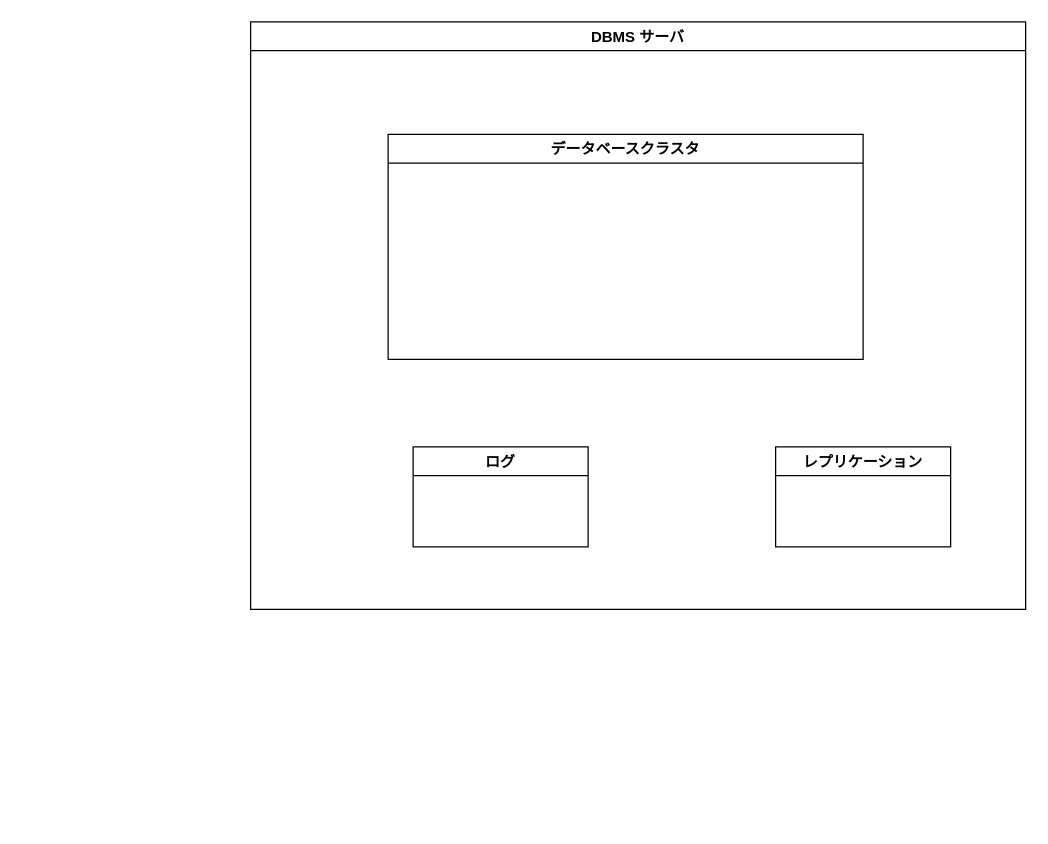
peregrin8alde/learn-ossdb-gold keeps this draw.io diagram as doc/images/function-list/server/abst.drawio. Above is the earlier version. Source tidied: cells renumbered, new cells numbered last; positions are measured from the earlier drawing's top-left corner, leaving out a move shared by most shapes. Both pictures are drawn from the tidied source at 125%, with x=0, y=0 at pixel (250, 21).
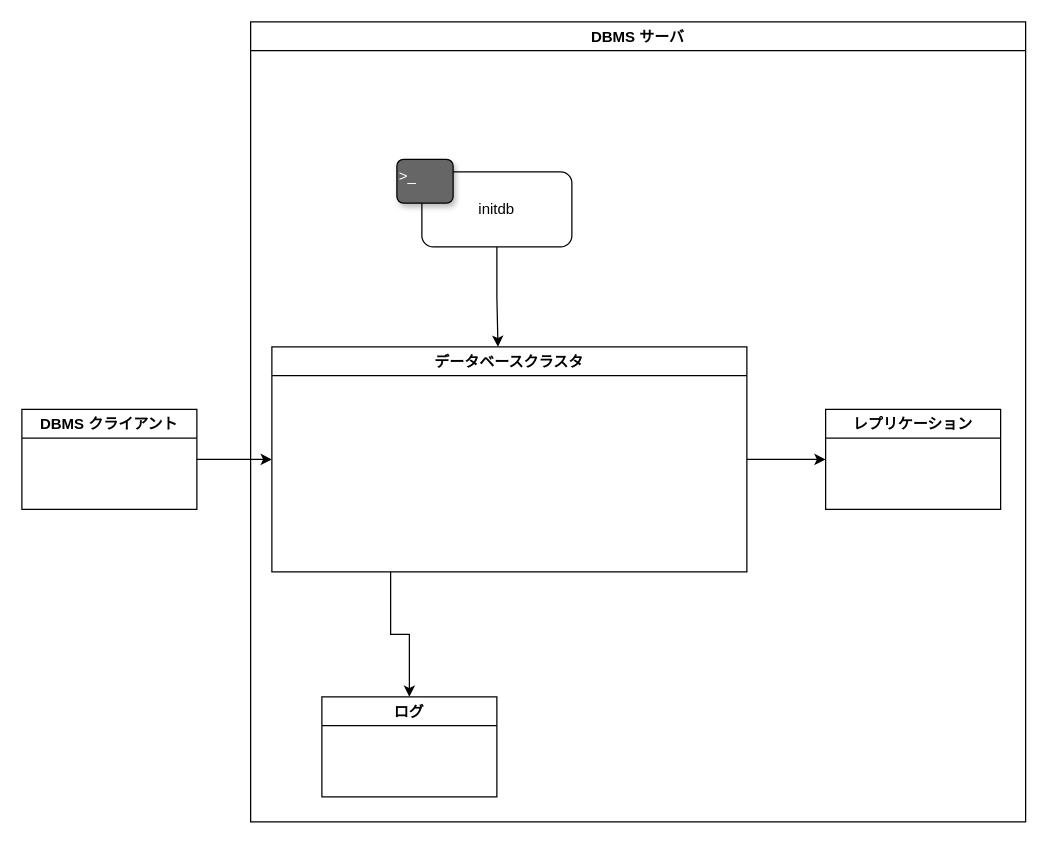
After the change.

Change to the diagram source:
```diff
@@
 <mxGraphModel>
   <root>
     <mxCell id="0" />
     <mxCell id="1" parent="0" />
     <mxCell id="2" value="DBMS サーバ" style="swimlane;align=center;" parent="1" vertex="1">
-      <mxGeometry width="620" height="470" as="geometry" />
+      <mxGeometry width="620" height="640" as="geometry" />
     </mxCell>
+    <mxCell id="6" style="edgeStyle=orthogonalEdgeStyle;rounded=0;jettySize=auto;html=1;exitX=0.25;exitY=1;exitDx=0;exitDy=0;entryX=0.5;entryY=0;entryDx=0;entryDy=0;" parent="2" edge="1" source="3" target="5">
+      <mxGeometry relative="1" as="geometry" />
+    </mxCell>
+    <mxCell id="7" style="edgeStyle=orthogonalEdgeStyle;rounded=0;jettySize=auto;html=1;exitX=1;exitY=0.5;exitDx=0;exitDy=0;entryX=0;entryY=0.5;entryDx=0;entryDy=0;" parent="2" edge="1" source="3" target="4">
+      <mxGeometry relative="1" as="geometry" />
+    </mxCell>
     <mxCell id="3" value="データベースクラスタ" style="swimlane;align=center;" parent="2" vertex="1">
-      <mxGeometry x="110" y="90" width="380" height="180" as="geometry" />
+      <mxGeometry x="17" y="260" width="380" height="180" as="geometry" />
     </mxCell>
     <mxCell id="4" value="レプリケーション" style="swimlane;align=center;" parent="2" vertex="1">
-      <mxGeometry x="420" y="340" width="140" height="80" as="geometry" />
+      <mxGeometry x="460" y="310" width="140" height="80" as="geometry" />
     </mxCell>
     <mxCell id="5" value="ログ" style="swimlane;align=center;" parent="2" vertex="1">
-      <mxGeometry x="130" y="340" width="140" height="80" as="geometry" />
+      <mxGeometry x="57" y="540" width="140" height="80" as="geometry" />
     </mxCell>
+    <mxCell id="8" style="group;" parent="2" vertex="1">
+      <mxGeometry x="117" y="110" width="140" height="70" as="geometry" />
+    </mxCell>
+    <mxCell id="9" value="initdb" style="rounded=1;whiteSpace=wrap;html=1;sketch=0;gradientDirection=south;fillColor=#FFFFFF;" parent="8" vertex="1">
+      <mxGeometry x="20" y="10" width="120" height="60" as="geometry" />
+    </mxCell>
+    <mxCell id="10" value="&amp;gt;_" style="text;html=1;align=left;verticalAlign=top;whiteSpace=wrap;rounded=1;shadow=1;glass=0;sketch=0;strokeColor=#000000;fontColor=#FFFFFF;fillColor=#666666;" parent="8" vertex="1">
+      <mxGeometry width="45" height="35" as="geometry" />
+    </mxCell>
+    <mxCell id="11" style="edgeStyle=orthogonalEdgeStyle;rounded=0;jettySize=auto;html=1;exitX=0.5;exitY=1;exitDx=0;exitDy=0;entryX=0.476;entryY=0;entryDx=0;entryDy=0;entryPerimeter=0;" parent="2" edge="1" source="9" target="3">
+      <mxGeometry relative="1" as="geometry" />
+    </mxCell>
+    <mxCell id="12" style="edgeStyle=orthogonalEdgeStyle;rounded=0;jettySize=auto;html=1;exitX=1;exitY=0.5;exitDx=0;exitDy=0;entryX=0;entryY=0.5;entryDx=0;entryDy=0;" parent="1" edge="1" source="13" target="3">
+      <mxGeometry relative="1" as="geometry" />
+    </mxCell>
+    <mxCell id="13" value="DBMS クライアント" style="swimlane;align=center;" parent="1" vertex="1">
+      <mxGeometry x="-183" y="310" width="140" height="80" as="geometry" />
+    </mxCell>
   </root>
 </mxGraphModel>
```
